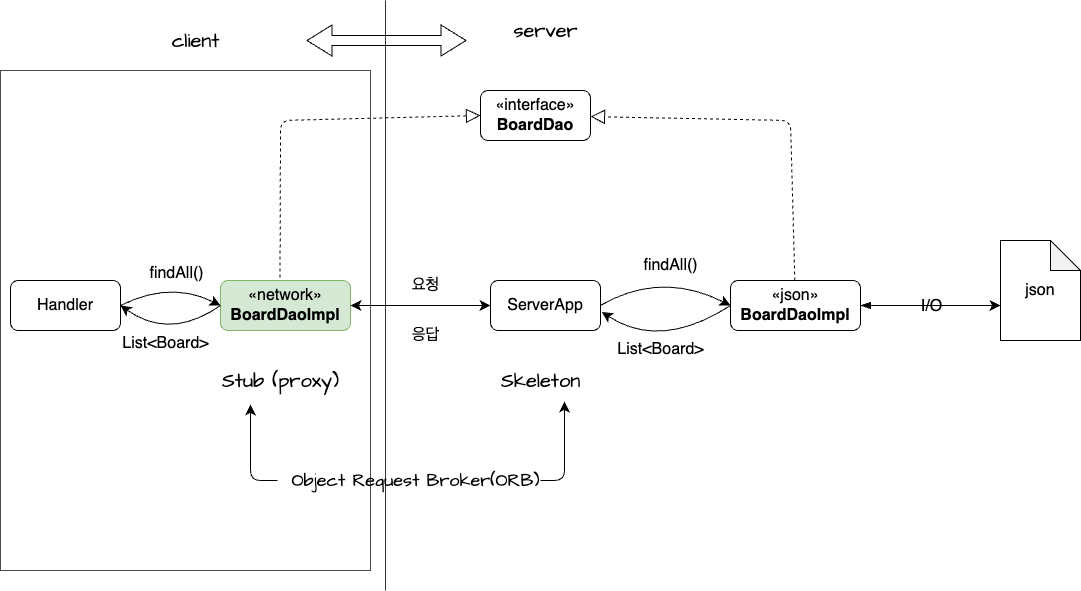
zhtmr/static-files-for-posting keeps this draw.io diagram as 20240117/proxy-diagram.png. Above is the earlier version. Source tidied: cells renumbered, new cells last; positions are measured from the earlier drawing's top-left corner, leaving out a move shared by most shapes.
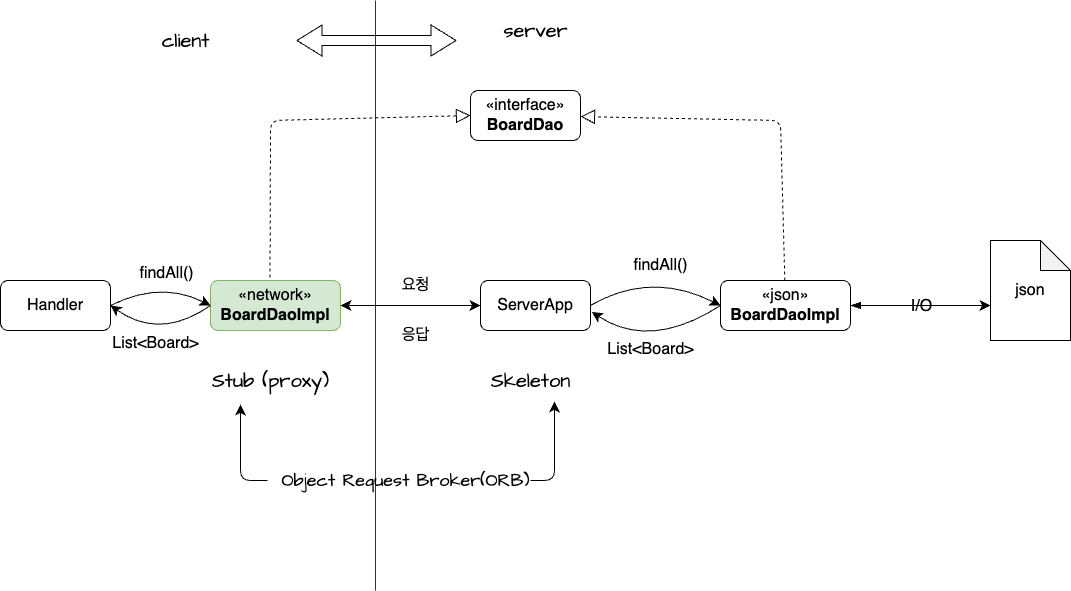
Above is the later version.

Change to the diagram source:
```diff
@@ -2,9 +2,6 @@
   <root>
     <mxCell id="0" />
     <mxCell id="1" parent="0" />
-    <mxCell id="2" style="rounded=0;whiteSpace=wrap;html=1;hachureGap=4;fontFamily=Architects Daughter;fontSource=https%3A%2F%2Ffonts.googleapis.com%2Fcss%3Ffamily%3DArchitects%2BDaughter;fontSize=20;opacity=70;glass=1;fillColor=none;shadow=0;labelBackgroundColor=none;" parent="1" vertex="1">
-      <mxGeometry y="70" width="370" height="500" as="geometry" />
-    </mxCell>
     <mxCell id="3" style="line;strokeWidth=1;direction=south;html=1;hachureGap=4;fontFamily=Architects Daughter;fontSource=https%3A%2F%2Ffonts.googleapis.com%2Fcss%3Ffamily%3DArchitects%2BDaughter;fontSize=20;opacity=80;labelBackgroundColor=none;" parent="1" vertex="1">
       <mxGeometry x="380" width="10" height="590" as="geometry" />
     </mxCell>
```
